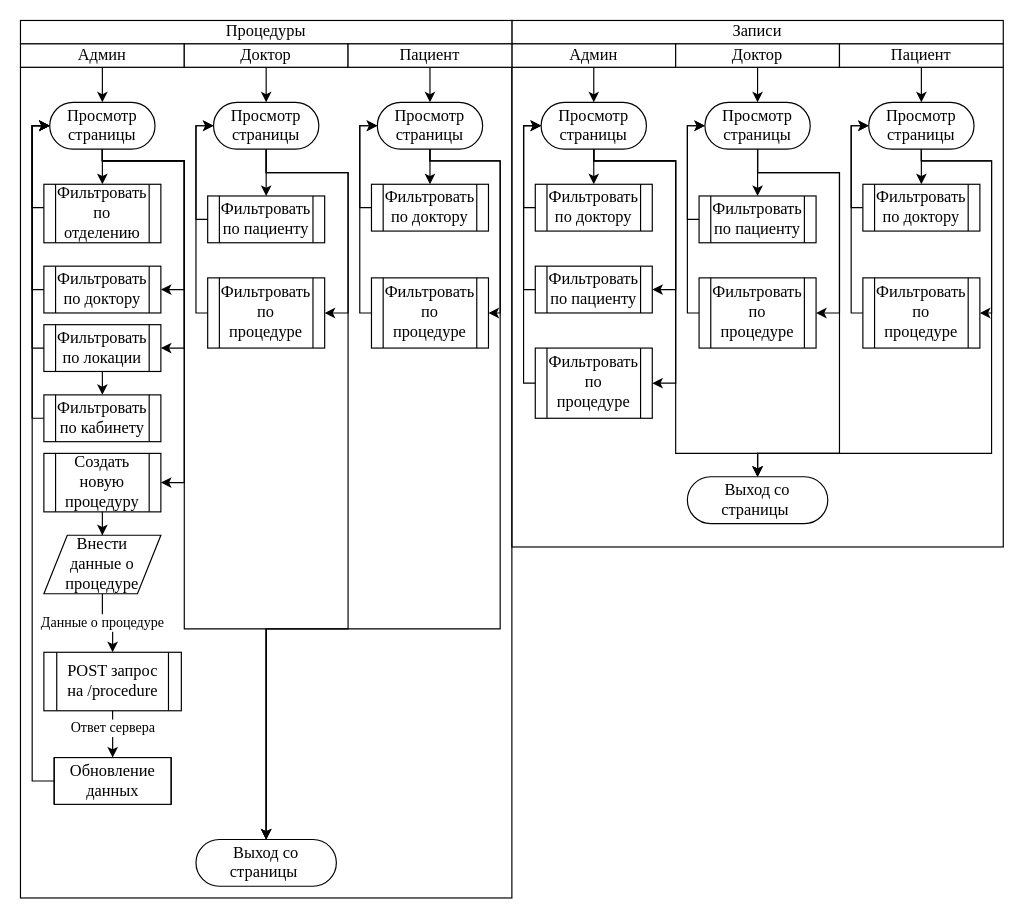
This is procedures and patients.drawio from arturyumaev/Bachelor-Diploma-Docs, a draw.io file, before an edit. Source tidied: cells renumbered, new cells numbered last; positions are measured from the earlier drawing's top-left corner, leaving out a move shared by most shapes. Both pictures are drawn from the tidied source at 117%, with x=0, y=0 at pixel (20, 20).
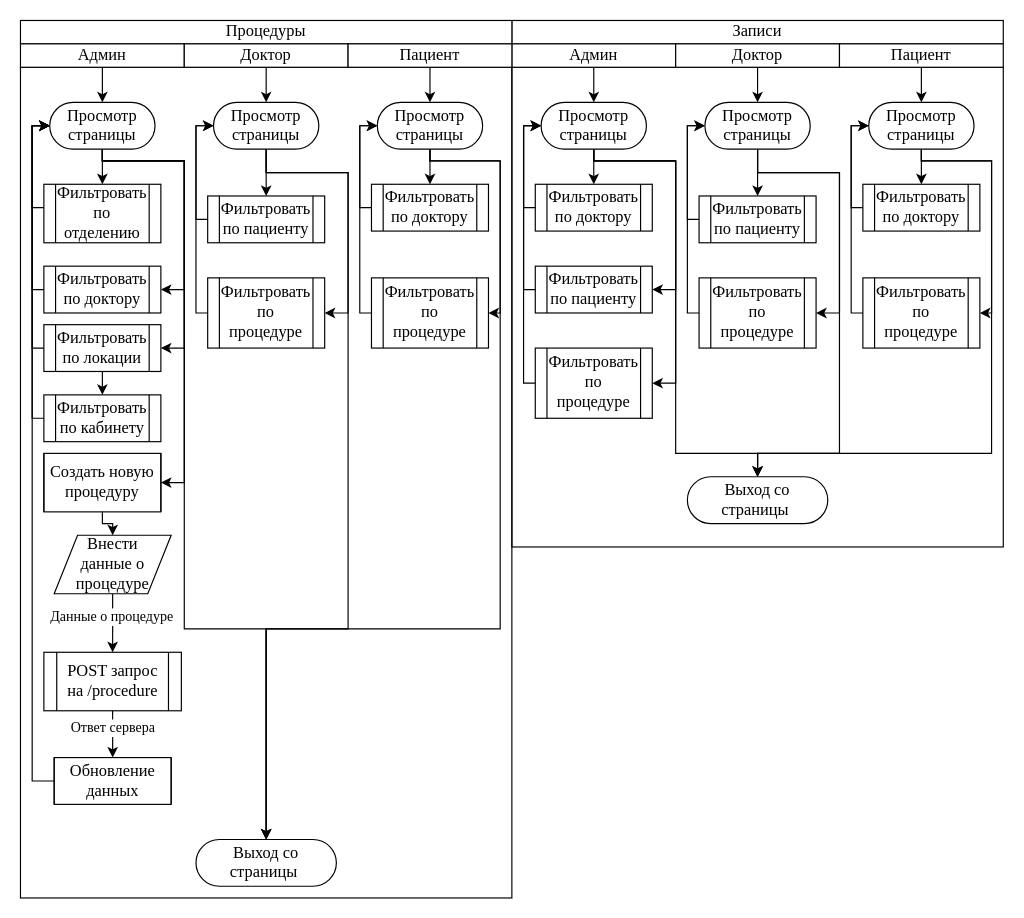
After the change.

Diff of the diagram source:
```diff
@@
     <mxCell id="80" style="edgeStyle=orthogonalEdgeStyle;rounded=0;jettySize=auto;html=1;entryX=0.5;entryY=0;entryDx=0;entryDy=0;" parent="1" edge="1" source="81" target="84">
-      <mxGeometry relative="1" as="geometry" />
+      <mxGeometry relative="1" as="geometry">
+        <Array as="points">
+          <mxPoint x="70" y="430" />
+          <mxPoint x="79" y="430" />
+        </Array>
+      </mxGeometry>
     </mxCell>
-    <mxCell id="81" value="&lt;font style=&quot;font-size: 14px&quot; face=&quot;Times New Roman&quot;&gt;Создать новую процедуру&lt;/font&gt;" style="shape=process;whiteSpace=wrap;html=1;backgroundOutline=1;fillColor=none;" parent="1" vertex="1">
+    <mxCell id="81" value="&lt;font style=&quot;font-size: 14px&quot; face=&quot;Times New Roman&quot;&gt;Создать новую процедуру&lt;/font&gt;" style="shape=process;whiteSpace=wrap;html=1;backgroundOutline=1;fillColor=none;size=0;" parent="1" vertex="1">
       <mxGeometry x="20" y="370" width="100" height="50" as="geometry" />
     </mxCell>
@@
     <mxCell id="84" value="&lt;font style=&quot;font-size: 14px&quot; face=&quot;Times New Roman&quot;&gt;Внести&lt;br&gt;данные о процедуре&lt;/font&gt;" style="shape=parallelogram;perimeter=parallelogramPerimeter;whiteSpace=wrap;html=1;fixedSize=1;" parent="1" vertex="1">
-      <mxGeometry x="20" y="440" width="100" height="50" as="geometry" />
+      <mxGeometry x="28.8" y="440" width="100" height="50" as="geometry" />
     </mxCell>
```
